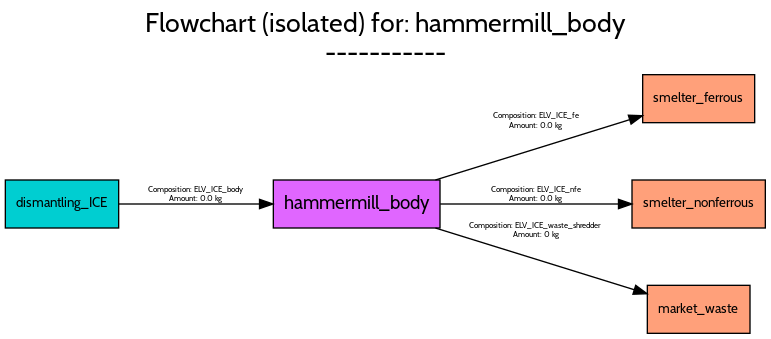
Earlier version of the Graphviz export src/futuram/examples/ELV/figures/flowcharts/processes/png/hammermill_body.png (FutuRaM-Project/Recovery-Model). Its source is kept beside it as src/futuram/examples/ELV/figures/flowcharts/processes/dot/hammermill_body.dot.
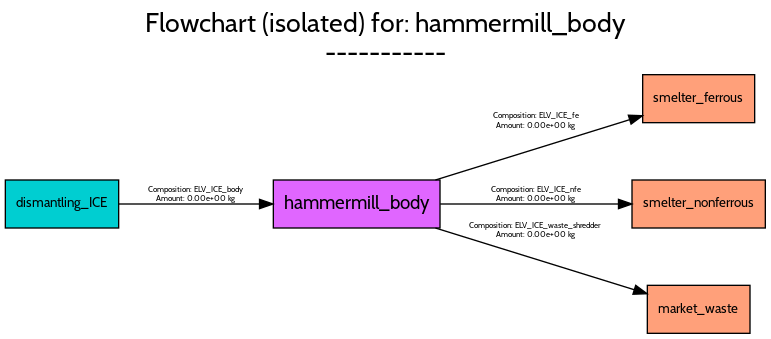
After the change.

The edit, as a diff of the source:
```diff
@@ -35,7 +35,7 @@
 		fontname=Cabin,
 		fontsize=6,
 		label="Composition: ELV_ICE_fe
-Amount: 0.0 kg",
+Amount: 0.00e+00 kg",
 		lp="398,159",
 		pos="e,477.83,163.22 322.57,115.03 366.44,128.64 426.07,147.15 468.08,160.19"];
 	smelter_nonferrous	[fillcolor=lightsalmon1,
@@ -50,7 +50,7 @@
 		fontname=Cabin,
 		fontsize=6,
 		label="Composition: ELV_ICE_nfe
-Amount: 0.0 kg",
+Amount: 0.00e+00 kg",
 		lp="398,104",
 		pos="e,469.87,97 326.11,97 366.71,97 419.58,97 459.7,97"];
 	market_waste	[fillcolor=lightsalmon1,
@@ -65,7 +65,7 @@
 		fontname=Cabin,
 		fontsize=6,
 		label="Composition: ELV_ICE_waste_shredder
-Amount: 0 kg",
+Amount: 0.00e+00 kg",
 		lp="398,77",
 		pos="e,481.3,29.704 322.57,78.975 367.66,64.978 429.4,45.812 471.55,32.728"];
 	dismantling_ICE	[fillcolor=darkturquoise,
@@ -80,7 +80,7 @@
 		fontname=Cabin,
 		fontsize=6,
 		label="Composition: ELV_ICE_body
-Amount: 0.0 kg",
+Amount: 0.00e+00 kg",
 		lp="143,104",
 		pos="e,200.65,97 85.208,97 114.91,97 155.6,97 190.5,97"];
 }
```
